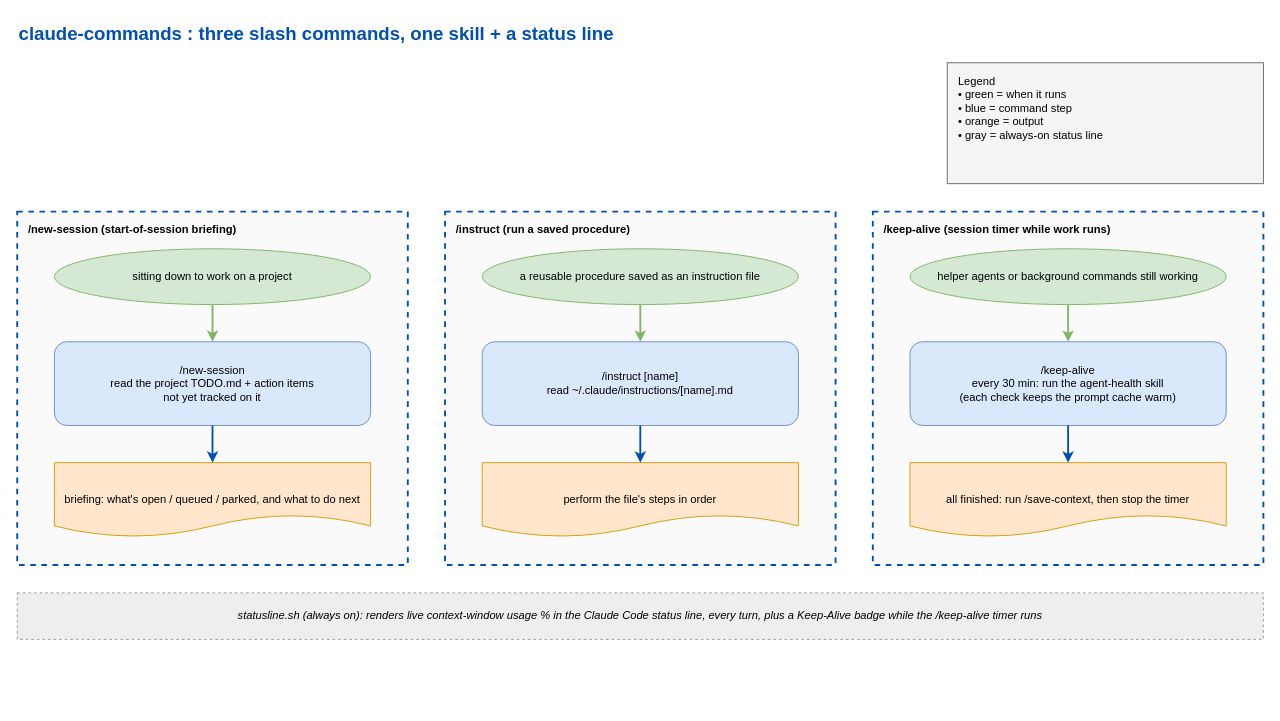
Earlier version of the draw.io diagram docs/commands-flow.drawio (eranw2000/claude-commands). Source tidied: cells renumbered, new cells numbered last; positions are measured from the earlier drawing's top-left corner, leaving out a move shared by most shapes. Both pictures are drawn from the tidied source at 93%, with x=0, y=0 at pixel (17, 16).
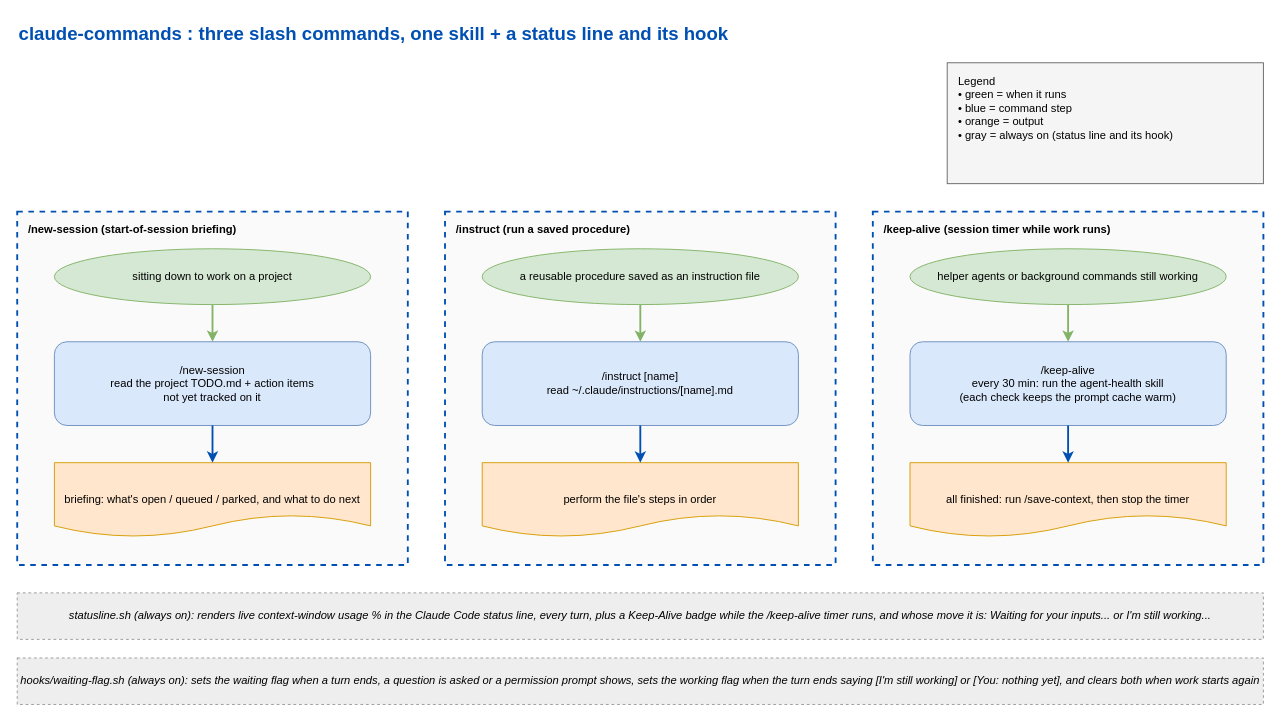
The same page after the edit.

Commit message (it also covers changes not shown here):
Status line: show whose move it is, with the waiting-flag hook (#14)

The edit, as a diff of the source:
```diff
@@
-    <mxCell id="2" value="claude-commands : three slash commands, one skill + a status line" style="text;html=1;fontSize=20;fontStyle=1;fontColor=#0050b3;align=left;verticalAlign=middle;" parent="1" vertex="1">
+    <mxCell id="2" value="claude-commands : three slash commands, one skill + a status line and its hook" style="text;html=1;fontSize=20;fontStyle=1;fontColor=#0050b3;align=left;verticalAlign=middle;" parent="1" vertex="1">
       <mxGeometry width="900" height="36" as="geometry" />
     </mxCell>
-    <mxCell id="3" value="Legend&#10;• green = when it runs&#10;• blue = command step&#10;• orange = output&#10;• gray = always-on status line" style="rounded=0;fillColor=#f5f5f5;strokeColor=#666666;fontStyle=0;verticalAlign=top;align=left;spacingLeft=10;spacingTop=6;whiteSpace=wrap;html=1;fontFamily=Helvetica;" parent="1" vertex="1">
+    <mxCell id="3" value="Legend&#10;• green = when it runs&#10;• blue = command step&#10;• orange = output&#10;• gray = always on (status line and its hook)" style="rounded=0;fillColor=#f5f5f5;strokeColor=#666666;fontStyle=0;verticalAlign=top;align=left;spacingLeft=10;spacingTop=6;whiteSpace=wrap;html=1;fontFamily=Helvetica;" parent="1" vertex="1">
       <mxGeometry x="1000" y="50" width="340" height="130" as="geometry" />
     </mxCell>
@@
-    <mxCell id="16" value="statusline.sh (always on): renders live context-window usage % in the Claude Code status line, every turn, plus a Keep-Alive badge while the /keep-alive timer runs" style="rounded=0;fillColor=#eeeeee;strokeColor=#999999;html=1;whiteSpace=wrap;fontStyle=2;dashed=1;verticalAlign=middle;align=center;" parent="1" vertex="1">
+    <mxCell id="16" value="statusline.sh (always on): renders live context-window usage % in the Claude Code status line, every turn, plus a Keep-Alive badge while the /keep-alive timer runs, and whose move it is: Waiting for your inputs... or I'm still working..." style="rounded=0;fillColor=#eeeeee;strokeColor=#999999;html=1;whiteSpace=wrap;fontStyle=2;dashed=1;verticalAlign=middle;align=center;" parent="1" vertex="1">
       <mxGeometry y="620" width="1340" height="50" as="geometry" />
     </mxCell>
+    <mxCell id="23" value="hooks/waiting-flag.sh (always on): sets the waiting flag when a turn ends, a question is asked or a permission prompt shows, sets the working flag when the turn ends saying [I'm still working] or [You: nothing yet], and clears both when work starts again" style="rounded=0;fillColor=#eeeeee;strokeColor=#999999;html=1;whiteSpace=wrap;fontStyle=2;dashed=1;verticalAlign=middle;align=center;" parent="1" vertex="1">
+      <mxGeometry y="690" width="1340" height="50" as="geometry" />
+    </mxCell>
```
